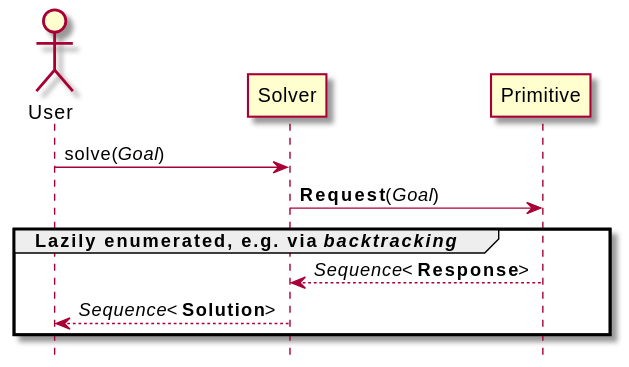
Earlier version of the PlantUML export figures/primitive-usage.svg (pikalab-unibo/ise-lab-perception-actuation). Its diagram source:
```plantuml
@startuml
hide footbox

actor User

User -> Solver: solve(//Goal//)

Solver -> Primitive: **Request**(//Goal//)

group Lazily enumerated, e.g. via //backtracking//

Solver <-- Primitive: //Sequence//<**Response**>

User <-- Solver: //Sequence//<**Solution**>

end
@enduml
```
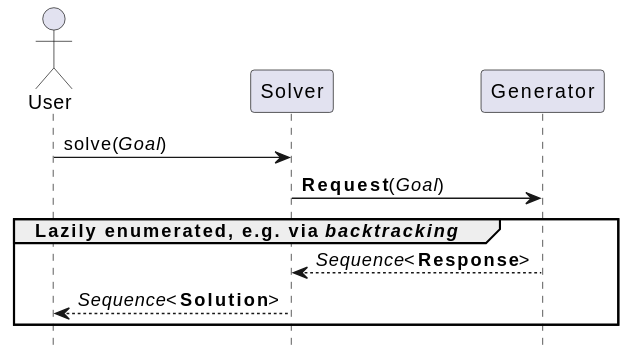
After the commit.

The edit, as a diff of the source:
```diff
@@ -5,11 +5,11 @@
 
 User -> Solver: solve(//Goal//)
 
-Solver -> Primitive: **Request**(//Goal//)
+Solver -> Generator: **Request**(//Goal//)
 
 group Lazily enumerated, e.g. via //backtracking//
 
-Solver <-- Primitive: //Sequence//<**Response**>
+Solver <-- Generator: //Sequence//<**Response**>
 
 User <-- Solver: //Sequence//<**Solution**>
 
```
